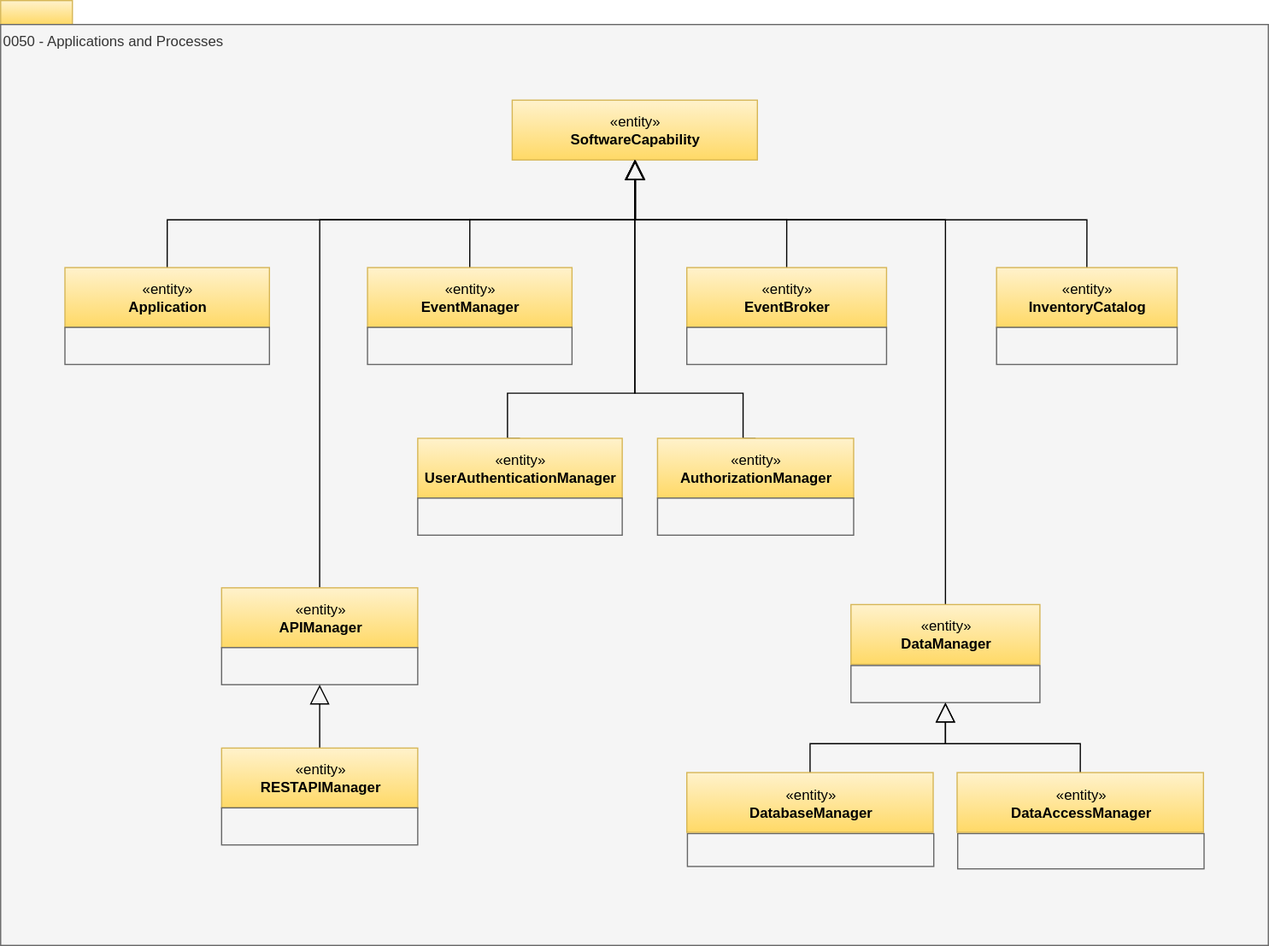
The draw.io diagram site/docs/types/0/0050-Applications-and-Processes.svg in odpi/egeria-docs, before a commit. Source tidied: cells renumbered, new cells last; positions are measured from the earlier drawing's top-left corner, leaving out a move shared by most shapes.
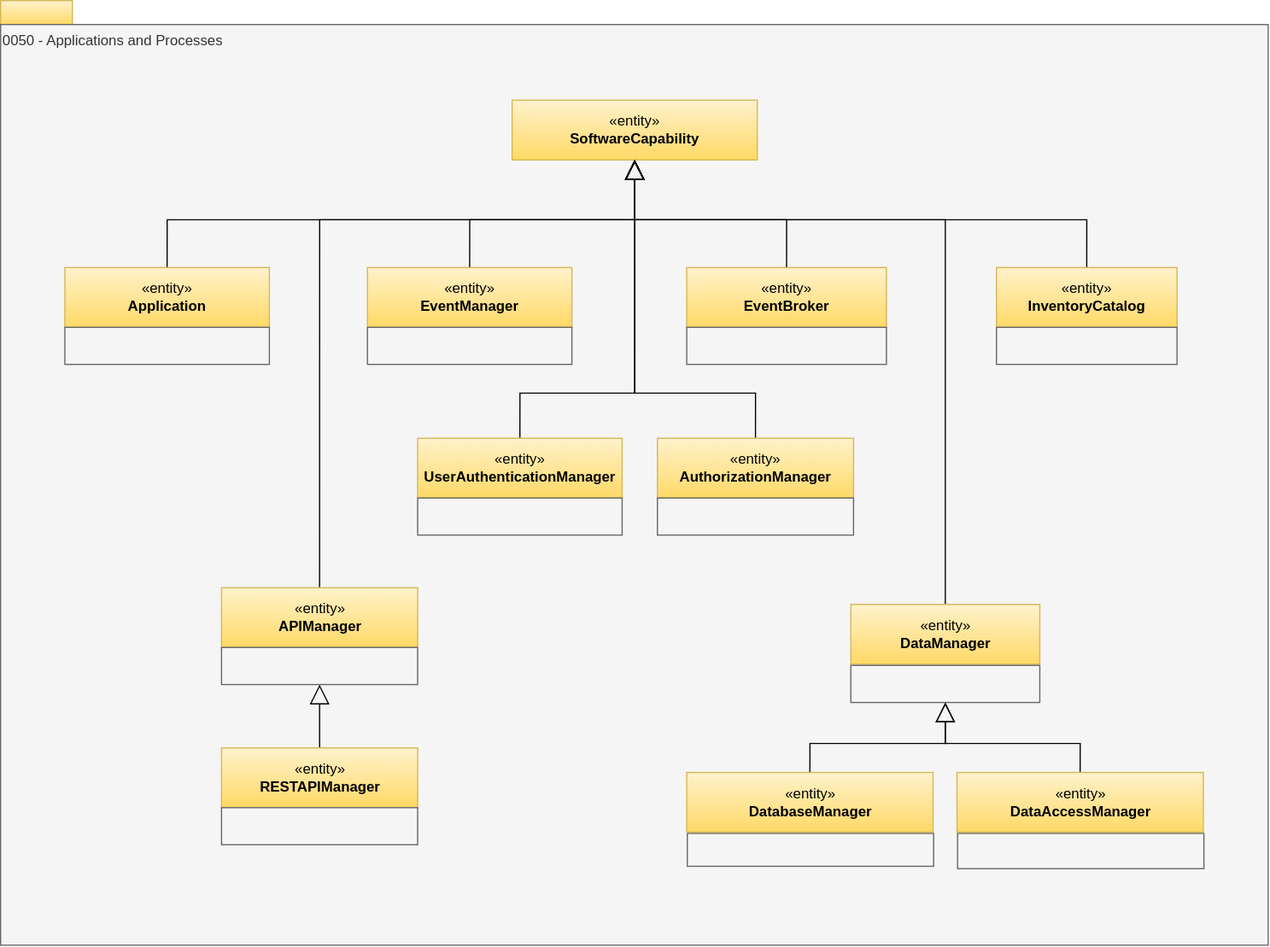
Later version of the same file.

Diff of the diagram source:
```diff
@@ -1,95 +1,95 @@
 <mxGraphModel>
   <root>
-    <mxCell id="0" />
-    <mxCell id="1" parent="0" />
+    <mxCell id="38" />
+    <mxCell id="39" parent="38" />
-    <mxCell id="2" style="rounded=0;whiteSpace=wrap;html=1;align=left;fillColor=#fff2cc;strokeColor=#d6b656;gradientColor=#ffd966;" parent="1" vertex="1">
+    <mxCell id="2" style="rounded=0;whiteSpace=wrap;html=1;align=left;fillColor=#fff2cc;strokeColor=#d6b656;gradientColor=#ffd966;" parent="39" vertex="1">
       <mxGeometry width="60" height="20" as="geometry" />
     </mxCell>
-    <mxCell id="3" value="0050 - Applications and Processes" style="rounded=0;whiteSpace=wrap;html=1;align=left;verticalAlign=top;fillColor=#f5f5f5;fontColor=#333333;strokeColor=#666666;" parent="1" vertex="1">
+    <mxCell id="3" value="0050 - Applications and Processes" style="rounded=0;whiteSpace=wrap;html=1;align=left;verticalAlign=top;fillColor=#f5f5f5;fontColor=#333333;strokeColor=#666666;" parent="39" vertex="1">
       <mxGeometry y="20" width="1060" height="770" as="geometry" />
     </mxCell>
-    <mxCell id="4" style="edgeStyle=orthogonalEdgeStyle;rounded=0;jettySize=auto;html=1;exitX=0.5;exitY=0;exitDx=0;exitDy=0;endArrow=block;endFill=0;endSize=14;" parent="1" edge="1" source="5" target="6">
+    <mxCell id="4" style="edgeStyle=orthogonalEdgeStyle;rounded=0;jettySize=auto;html=1;exitX=0.5;exitY=0;exitDx=0;exitDy=0;endArrow=block;endFill=0;endSize=14;entryX=0.5;entryY=1;entryDx=0;entryDy=0;" parent="39" edge="1" source="5" target="6">
       <mxGeometry relative="1" as="geometry" />
     </mxCell>
-    <mxCell id="5" value="«entity»&lt;br&gt;&lt;b&gt;Application&lt;/b&gt;" style="html=1;strokeColor=#d6b656;align=center;fillColor=#fff2cc;gradientColor=#ffd966;" parent="1" vertex="1">
+    <mxCell id="5" value="«entity»&lt;br&gt;&lt;b&gt;Application&lt;/b&gt;" style="html=1;strokeColor=#d6b656;align=center;fillColor=#fff2cc;gradientColor=#ffd966;" parent="39" vertex="1">
       <mxGeometry x="53.8" y="223.2" width="171" height="50" as="geometry" />
     </mxCell>
-    <mxCell id="6" value="«entity»&lt;br&gt;&lt;b&gt;SoftwareCapability&lt;/b&gt;" style="html=1;strokeColor=#d6b656;align=center;fillColor=#fff2cc;gradientColor=#ffd966;" parent="1" vertex="1">
+    <mxCell id="6" value="«entity»&lt;br&gt;&lt;b&gt;SoftwareCapability&lt;/b&gt;" style="html=1;strokeColor=#d6b656;align=center;fillColor=#fff2cc;gradientColor=#ffd966;" parent="39" vertex="1">
       <mxGeometry x="427.8" y="83.2" width="205" height="50" as="geometry" />
     </mxCell>
-    <mxCell id="7" style="edgeStyle=orthogonalEdgeStyle;rounded=0;jettySize=auto;html=1;exitX=0.5;exitY=0;exitDx=0;exitDy=0;entryX=0.5;entryY=1;entryDx=0;entryDy=0;endArrow=block;endFill=0;endSize=14;" parent="1" edge="1" source="8" target="6">
+    <mxCell id="7" style="edgeStyle=orthogonalEdgeStyle;rounded=0;jettySize=auto;html=1;exitX=0.5;exitY=0;exitDx=0;exitDy=0;entryX=0.5;entryY=1;entryDx=0;entryDy=0;endArrow=block;endFill=0;endSize=14;" parent="39" edge="1" source="8" target="6">
       <mxGeometry relative="1" as="geometry">
         <Array as="points">
-          <mxPoint x="620.8" y="328.2" />
-          <mxPoint x="530.8" y="328.2" />
+          <mxPoint x="631.3" y="328.3" />
+          <mxPoint x="530.3" y="328.3" />
         </Array>
       </mxGeometry>
     </mxCell>
-    <mxCell id="8" value="«entity»&lt;br&gt;&lt;b&gt;AuthorizationManager&lt;/b&gt;" style="html=1;strokeColor=#d6b656;align=center;fillColor=#fff2cc;gradientColor=#ffd966;" parent="1" vertex="1">
+    <mxCell id="8" value="«entity»&lt;br&gt;&lt;b&gt;AuthorizationManager&lt;/b&gt;" style="html=1;strokeColor=#d6b656;align=center;fillColor=#fff2cc;gradientColor=#ffd966;" parent="39" vertex="1">
       <mxGeometry x="549.2" y="366" width="164" height="50" as="geometry" />
     </mxCell>
-    <mxCell id="9" style="rounded=0;whiteSpace=wrap;html=1;strokeColor=#666666;align=center;fillColor=#f5f5f5;fontColor=#333333;" parent="1" vertex="1">
+    <mxCell id="9" style="rounded=0;whiteSpace=wrap;html=1;strokeColor=#666666;align=center;fillColor=#f5f5f5;fontColor=#333333;" parent="39" vertex="1">
       <mxGeometry x="549.2" y="416" width="164" height="31" as="geometry" />
     </mxCell>
-    <mxCell id="10" style="edgeStyle=orthogonalEdgeStyle;rounded=0;jettySize=auto;html=1;exitX=0.5;exitY=0;exitDx=0;exitDy=0;endArrow=block;endFill=0;endSize=14;" parent="1" edge="1" source="11" target="6">
+    <mxCell id="10" style="edgeStyle=orthogonalEdgeStyle;rounded=0;jettySize=auto;html=1;exitX=0.5;exitY=0;exitDx=0;exitDy=0;endArrow=block;endFill=0;endSize=14;entryX=0.5;entryY=1;entryDx=0;entryDy=0;" parent="39" edge="1" source="11" target="6">
       <mxGeometry relative="1" as="geometry" />
     </mxCell>
-    <mxCell id="11" value="«entity»&lt;br&gt;&lt;b&gt;EventBroker&lt;/b&gt;" style="html=1;strokeColor=#d6b656;align=center;fillColor=#fff2cc;gradientColor=#ffd966;" parent="1" vertex="1">
+    <mxCell id="11" value="«entity»&lt;br&gt;&lt;b&gt;EventBroker&lt;/b&gt;" style="html=1;strokeColor=#d6b656;align=center;fillColor=#fff2cc;gradientColor=#ffd966;" parent="39" vertex="1">
       <mxGeometry x="573.8" y="223.2" width="167" height="50" as="geometry" />
     </mxCell>
-    <mxCell id="12" style="rounded=0;whiteSpace=wrap;html=1;strokeColor=#666666;align=center;fillColor=#f5f5f5;fontColor=#333333;" parent="1" vertex="1">
+    <mxCell id="12" style="rounded=0;whiteSpace=wrap;html=1;strokeColor=#666666;align=center;fillColor=#f5f5f5;fontColor=#333333;" parent="39" vertex="1">
       <mxGeometry x="573.8" y="273.2" width="167" height="31" as="geometry" />
     </mxCell>
-    <mxCell id="13" style="edgeStyle=orthogonalEdgeStyle;rounded=0;jettySize=auto;html=1;exitX=0.5;exitY=0;exitDx=0;exitDy=0;endArrow=block;endFill=0;endSize=14;" parent="1" edge="1" source="14" target="6">
+    <mxCell id="13" style="edgeStyle=orthogonalEdgeStyle;rounded=0;jettySize=auto;html=1;exitX=0.5;exitY=0;exitDx=0;exitDy=0;endArrow=block;endFill=0;endSize=14;entryX=0.5;entryY=1;entryDx=0;entryDy=0;" parent="39" edge="1" source="14" target="6">
       <mxGeometry relative="1" as="geometry">
         <Array as="points">
-          <mxPoint x="789.8" y="183.2" />
-          <mxPoint x="530.8" y="183.2" />
+          <mxPoint x="790" y="183.3" />
+          <mxPoint x="530.3" y="183.3" />
         </Array>
       </mxGeometry>
     </mxCell>
-    <mxCell id="14" value="«entity»&lt;br&gt;&lt;b&gt;DataManager&lt;/b&gt;" style="html=1;strokeColor=#d6b656;align=center;fillColor=#fff2cc;gradientColor=#ffd966;" parent="1" vertex="1">
+    <mxCell id="14" value="«entity»&lt;br&gt;&lt;b&gt;DataManager&lt;/b&gt;" style="html=1;strokeColor=#d6b656;align=center;fillColor=#fff2cc;gradientColor=#ffd966;" parent="39" vertex="1">
       <mxGeometry x="711" y="505" width="158" height="50" as="geometry" />
     </mxCell>
-    <mxCell id="15" style="rounded=0;whiteSpace=wrap;html=1;strokeColor=#666666;align=center;fillColor=#f5f5f5;fontColor=#333333;" parent="1" vertex="1">
+    <mxCell id="15" style="rounded=0;whiteSpace=wrap;html=1;strokeColor=#666666;align=center;fillColor=#f5f5f5;fontColor=#333333;" parent="39" vertex="1">
       <mxGeometry x="711" y="556" width="158" height="31" as="geometry" />
     </mxCell>
-    <mxCell id="16" style="edgeStyle=orthogonalEdgeStyle;rounded=0;jettySize=auto;html=1;exitX=0.5;exitY=0;exitDx=0;exitDy=0;endArrow=block;endFill=0;endSize=14;" parent="1" edge="1" source="17" target="6">
+    <mxCell id="16" style="edgeStyle=orthogonalEdgeStyle;rounded=0;jettySize=auto;html=1;exitX=0.5;exitY=0;exitDx=0;exitDy=0;endArrow=block;endFill=0;endSize=14;entryX=0.5;entryY=1;entryDx=0;entryDy=0;" parent="39" edge="1" source="17" target="6">
       <mxGeometry relative="1" as="geometry" />
     </mxCell>
-    <mxCell id="17" value="«entity»&lt;br&gt;&lt;b&gt;InventoryCatalog&lt;/b&gt;" style="html=1;strokeColor=#d6b656;align=center;fillColor=#fff2cc;gradientColor=#ffd966;" parent="1" vertex="1">
+    <mxCell id="17" value="«entity»&lt;br&gt;&lt;b&gt;InventoryCatalog&lt;/b&gt;" style="html=1;strokeColor=#d6b656;align=center;fillColor=#fff2cc;gradientColor=#ffd966;" parent="39" vertex="1">
       <mxGeometry x="832.8" y="223.2" width="151" height="50" as="geometry" />
     </mxCell>
-    <mxCell id="18" style="rounded=0;whiteSpace=wrap;html=1;strokeColor=#666666;align=center;fillColor=#f5f5f5;fontColor=#333333;" parent="1" vertex="1">
+    <mxCell id="18" style="rounded=0;whiteSpace=wrap;html=1;strokeColor=#666666;align=center;fillColor=#f5f5f5;fontColor=#333333;" parent="39" vertex="1">
       <mxGeometry x="832.8" y="273.2" width="151" height="31" as="geometry" />
     </mxCell>
-    <mxCell id="19" style="edgeStyle=orthogonalEdgeStyle;rounded=0;jettySize=auto;html=1;exitX=0.5;exitY=0;exitDx=0;exitDy=0;endArrow=block;endFill=0;endSize=14;" parent="1" edge="1" source="20" target="6">
+    <mxCell id="19" style="edgeStyle=orthogonalEdgeStyle;rounded=0;jettySize=auto;html=1;exitX=0.5;exitY=0;exitDx=0;exitDy=0;endArrow=block;endFill=0;endSize=14;entryX=0.5;entryY=1;entryDx=0;entryDy=0;" parent="39" edge="1" source="20" target="6">
       <mxGeometry relative="1" as="geometry">
         <Array as="points">
-          <mxPoint x="392.8" y="183.2" />
-          <mxPoint x="530.8" y="183.2" />
+          <mxPoint x="392.3" y="183.3" />
+          <mxPoint x="530.3" y="183.3" />
         </Array>
       </mxGeometry>
     </mxCell>
-    <mxCell id="20" value="«entity»&lt;br&gt;&lt;b&gt;EventManager&lt;/b&gt;" style="html=1;strokeColor=#d6b656;align=center;fillColor=#fff2cc;gradientColor=#ffd966;" parent="1" vertex="1">
+    <mxCell id="20" value="«entity»&lt;br&gt;&lt;b&gt;EventManager&lt;/b&gt;" style="html=1;strokeColor=#d6b656;align=center;fillColor=#fff2cc;gradientColor=#ffd966;" parent="39" vertex="1">
       <mxGeometry x="306.8" y="223.2" width="171" height="50" as="geometry" />
     </mxCell>
-    <mxCell id="21" style="rounded=0;whiteSpace=wrap;html=1;strokeColor=#666666;align=left;fillColor=#f5f5f5;fontColor=#333333;" parent="1" vertex="1">
+    <mxCell id="21" style="rounded=0;whiteSpace=wrap;html=1;strokeColor=#666666;align=left;fillColor=#f5f5f5;fontColor=#333333;" parent="39" vertex="1">
       <mxGeometry x="574.2" y="696.5" width="206" height="27.5" as="geometry" />
     </mxCell>
-    <mxCell id="22" style="edgeStyle=orthogonalEdgeStyle;rounded=0;jettySize=auto;html=1;entryX=0.5;entryY=1;entryDx=0;entryDy=0;endArrow=block;endFill=0;endSize=14;" parent="1" edge="1" source="23" target="15">
+    <mxCell id="22" style="edgeStyle=orthogonalEdgeStyle;rounded=0;jettySize=auto;html=1;entryX=0.5;entryY=1;entryDx=0;entryDy=0;endArrow=block;endFill=0;endSize=14;exitX=0.5;exitY=0;exitDx=0;exitDy=0;" parent="39" edge="1" source="23" target="15">
       <mxGeometry relative="1" as="geometry" />
     </mxCell>
-    <mxCell id="23" value="«entity»&lt;br&gt;&lt;b&gt;DatabaseManager&lt;/b&gt;" style="html=1;strokeColor=#d6b656;align=center;fillColor=#fff2cc;gradientColor=#ffd966;" parent="1" vertex="1">
+    <mxCell id="23" value="«entity»&lt;br&gt;&lt;b&gt;DatabaseManager&lt;/b&gt;" style="html=1;strokeColor=#d6b656;align=center;fillColor=#fff2cc;gradientColor=#ffd966;" parent="39" vertex="1">
       <mxGeometry x="573.8" y="645.5" width="206" height="50" as="geometry" />
     </mxCell>
-    <mxCell id="24" style="rounded=0;whiteSpace=wrap;html=1;strokeColor=#666666;align=center;fillColor=#f5f5f5;fontColor=#333333;" parent="1" vertex="1">
+    <mxCell id="24" style="rounded=0;whiteSpace=wrap;html=1;strokeColor=#666666;align=center;fillColor=#f5f5f5;fontColor=#333333;" parent="39" vertex="1">
       <mxGeometry x="53.8" y="273.2" width="171" height="31" as="geometry" />
     </mxCell>
-    <mxCell id="25" style="rounded=0;whiteSpace=wrap;html=1;strokeColor=#666666;align=center;fillColor=#f5f5f5;fontColor=#333333;" parent="1" vertex="1">
+    <mxCell id="25" style="rounded=0;whiteSpace=wrap;html=1;strokeColor=#666666;align=center;fillColor=#f5f5f5;fontColor=#333333;" parent="39" vertex="1">
       <mxGeometry x="306.8" y="273.2" width="171" height="31" as="geometry" />
     </mxCell>
-    <mxCell id="26" style="edgeStyle=orthogonalEdgeStyle;rounded=0;jettySize=auto;html=1;exitX=0.5;exitY=0;exitDx=0;exitDy=0;entryX=0.5;entryY=1;entryDx=0;entryDy=0;endArrow=block;endFill=0;endSize=14;" parent="1" edge="1" source="27" target="6">
+    <mxCell id="26" style="edgeStyle=orthogonalEdgeStyle;rounded=0;jettySize=auto;html=1;exitX=0.5;exitY=0;exitDx=0;exitDy=0;entryX=0.5;entryY=1;entryDx=0;entryDy=0;endArrow=block;endFill=0;endSize=14;" parent="39" edge="1" source="27" target="6">
       <mxGeometry relative="1" as="geometry">
         <Array as="points">
           <mxPoint x="266.8" y="183.2" />
@@ -97,46 +97,46 @@
         </Array>
       </mxGeometry>
     </mxCell>
-    <mxCell id="27" value="«entity»&lt;br&gt;&lt;b&gt;APIManager&lt;/b&gt;" style="html=1;strokeColor=#d6b656;align=center;fillColor=#fff2cc;gradientColor=#ffd966;" parent="1" vertex="1">
+    <mxCell id="27" value="«entity»&lt;br&gt;&lt;b&gt;APIManager&lt;/b&gt;" style="html=1;strokeColor=#d6b656;align=center;fillColor=#fff2cc;gradientColor=#ffd966;" parent="39" vertex="1">
       <mxGeometry x="184.8" y="491" width="164" height="50" as="geometry" />
     </mxCell>
-    <mxCell id="28" style="rounded=0;whiteSpace=wrap;html=1;strokeColor=#666666;align=center;fillColor=#f5f5f5;fontColor=#333333;" parent="1" vertex="1">
+    <mxCell id="28" style="rounded=0;whiteSpace=wrap;html=1;strokeColor=#666666;align=center;fillColor=#f5f5f5;fontColor=#333333;" parent="39" vertex="1">
       <mxGeometry x="184.8" y="541" width="164" height="31" as="geometry" />
     </mxCell>
-    <mxCell id="29" style="edgeStyle=orthogonalEdgeStyle;rounded=0;jettySize=auto;html=1;exitX=0.5;exitY=0;exitDx=0;exitDy=0;endArrow=block;endFill=0;endSize=14;entryX=0.5;entryY=1;entryDx=0;entryDy=0;" parent="1" edge="1" source="30" target="6">
+    <mxCell id="29" style="edgeStyle=orthogonalEdgeStyle;rounded=0;jettySize=auto;html=1;exitX=0.5;exitY=0;exitDx=0;exitDy=0;endArrow=block;endFill=0;endSize=14;entryX=0.5;entryY=1;entryDx=0;entryDy=0;" parent="39" edge="1" source="30" target="6">
       <mxGeometry relative="1" as="geometry">
         <Array as="points">
-          <mxPoint x="423.8" y="328.2" />
-          <mxPoint x="530.8" y="328.2" />
+          <mxPoint x="434.3" y="328.3" />
+          <mxPoint x="530.3" y="328.3" />
         </Array>
       </mxGeometry>
     </mxCell>
-    <mxCell id="30" value="«entity»&lt;br&gt;&lt;b&gt;UserAuthenticationManager&lt;/b&gt;" style="html=1;strokeColor=#d6b656;align=center;fillColor=#fff2cc;gradientColor=#ffd966;" parent="1" vertex="1">
+    <mxCell id="30" value="«entity»&lt;br&gt;&lt;b&gt;UserAuthenticationManager&lt;/b&gt;" style="html=1;strokeColor=#d6b656;align=center;fillColor=#fff2cc;gradientColor=#ffd966;" parent="39" vertex="1">
       <mxGeometry x="348.8" y="366" width="171" height="50" as="geometry" />
     </mxCell>
-    <mxCell id="31" style="rounded=0;whiteSpace=wrap;html=1;strokeColor=#666666;align=center;fillColor=#f5f5f5;fontColor=#333333;" parent="1" vertex="1">
+    <mxCell id="31" style="rounded=0;whiteSpace=wrap;html=1;strokeColor=#666666;align=center;fillColor=#f5f5f5;fontColor=#333333;" parent="39" vertex="1">
       <mxGeometry x="348.8" y="416" width="171" height="31" as="geometry" />
     </mxCell>
-    <mxCell id="32" style="rounded=0;whiteSpace=wrap;html=1;strokeColor=#666666;align=left;fillColor=#f5f5f5;fontColor=#333333;" parent="1" vertex="1">
+    <mxCell id="32" style="rounded=0;whiteSpace=wrap;html=1;strokeColor=#666666;align=left;fillColor=#f5f5f5;fontColor=#333333;" parent="39" vertex="1">
       <mxGeometry x="800.2" y="696.5" width="206" height="29.5" as="geometry" />
     </mxCell>
-    <mxCell id="33" style="edgeStyle=orthogonalEdgeStyle;rounded=0;jettySize=auto;html=1;entryX=0.5;entryY=1;entryDx=0;entryDy=0;endArrow=block;endFill=0;endSize=14;exitX=0.5;exitY=0;exitDx=0;exitDy=0;" parent="1" edge="1" source="34" target="15">
+    <mxCell id="33" style="edgeStyle=orthogonalEdgeStyle;rounded=0;jettySize=auto;html=1;entryX=0.5;entryY=1;entryDx=0;entryDy=0;endArrow=block;endFill=0;endSize=14;exitX=0.5;exitY=0;exitDx=0;exitDy=0;" parent="39" edge="1" source="34" target="15">
       <mxGeometry relative="1" as="geometry" />
     </mxCell>
-    <mxCell id="34" value="«entity»&lt;br&gt;&lt;b&gt;DataAccessManager&lt;/b&gt;" style="html=1;strokeColor=#d6b656;align=center;fillColor=#fff2cc;gradientColor=#ffd966;" parent="1" vertex="1">
+    <mxCell id="34" value="«entity»&lt;br&gt;&lt;b&gt;DataAccessManager&lt;/b&gt;" style="html=1;strokeColor=#d6b656;align=center;fillColor=#fff2cc;gradientColor=#ffd966;" parent="39" vertex="1">
       <mxGeometry x="799.8" y="645.5" width="206" height="50" as="geometry" />
     </mxCell>
-    <mxCell id="35" style="edgeStyle=orthogonalEdgeStyle;rounded=0;jettySize=auto;html=1;exitX=0.5;exitY=0;exitDx=0;exitDy=0;entryX=0.5;entryY=1;entryDx=0;entryDy=0;endArrow=block;endFill=0;endSize=14;" parent="1" edge="1" source="36" target="28">
+    <mxCell id="35" style="edgeStyle=orthogonalEdgeStyle;rounded=0;jettySize=auto;html=1;exitX=0.5;exitY=0;exitDx=0;exitDy=0;entryX=0.5;entryY=1;entryDx=0;entryDy=0;endArrow=block;endFill=0;endSize=14;" parent="39" edge="1" source="36" target="28">
       <mxGeometry relative="1" as="geometry">
         <Array as="points">
           <mxPoint x="267" y="665" />
         </Array>
       </mxGeometry>
     </mxCell>
-    <mxCell id="36" value="«entity»&lt;br&gt;&lt;b&gt;RESTAPIManager&lt;/b&gt;" style="html=1;strokeColor=#d6b656;align=center;fillColor=#fff2cc;gradientColor=#ffd966;" parent="1" vertex="1">
+    <mxCell id="36" value="«entity»&lt;br&gt;&lt;b&gt;RESTAPIManager&lt;/b&gt;" style="html=1;strokeColor=#d6b656;align=center;fillColor=#fff2cc;gradientColor=#ffd966;" parent="39" vertex="1">
       <mxGeometry x="184.8" y="625" width="164" height="50" as="geometry" />
     </mxCell>
-    <mxCell id="37" style="rounded=0;whiteSpace=wrap;html=1;strokeColor=#666666;align=center;fillColor=#f5f5f5;fontColor=#333333;" parent="1" vertex="1">
+    <mxCell id="37" style="rounded=0;whiteSpace=wrap;html=1;strokeColor=#666666;align=center;fillColor=#f5f5f5;fontColor=#333333;" parent="39" vertex="1">
       <mxGeometry x="184.8" y="675" width="164" height="31" as="geometry" />
     </mxCell>
   </root>
```
